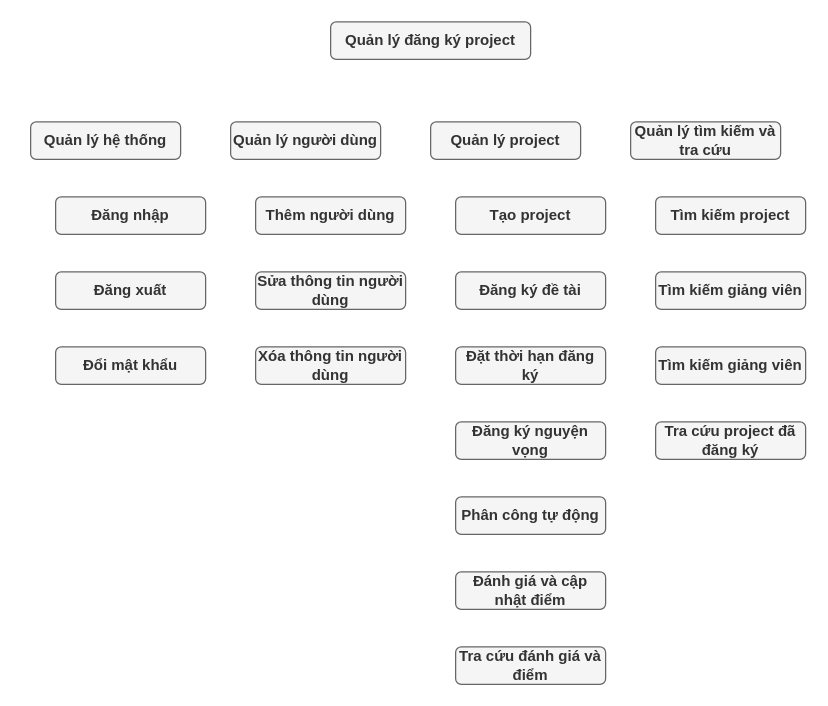
The draw.io diagram page "SDCN" (1 of 15) of doc/QuanLyDoAn.drawio in lampn0/quan_ly_do_an_20211, before the edit. Source tidied: cells renumbered, new cells numbered last; positions are measured from the earlier drawing's top-left corner, leaving out a move shared by most shapes. Both pictures are drawn from the tidied source at 125%, with x=0, y=0 at pixel (30, 21).
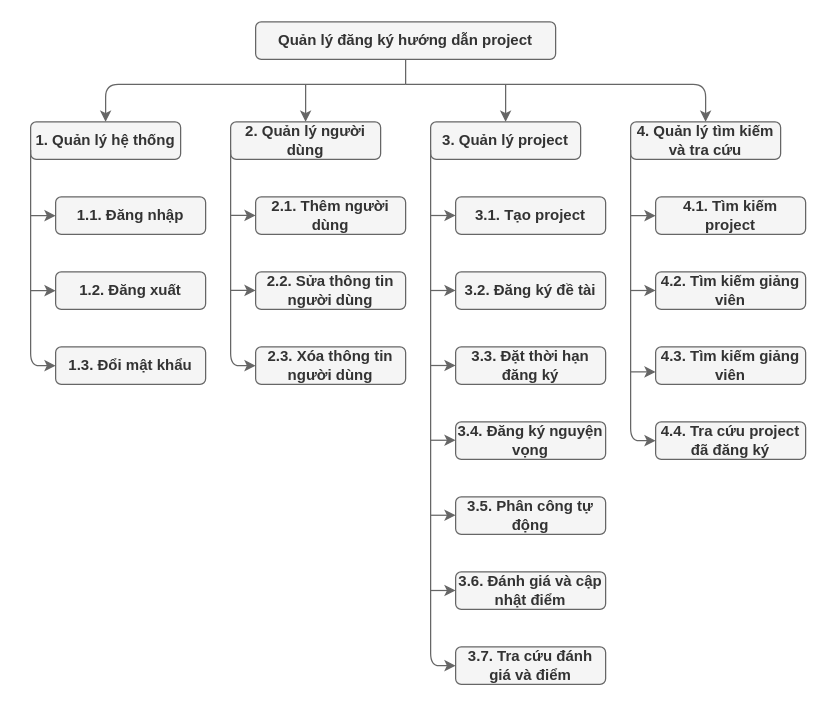
The same page after the edit.

What changed in the source:
```diff
@@
-    <mxCell id="2" value="Quản lý đăng ký project" style="rounded=1;whiteSpace=wrap;html=1;fontStyle=1;fillColor=#f5f5f5;strokeColor=#666666;fontColor=#333333;glass=0;" parent="1" vertex="1">
-      <mxGeometry x="240" width="160" height="30" as="geometry" />
+    <mxCell id="2" value="Quản lý đăng ký hướng dẫn project" style="rounded=1;whiteSpace=wrap;html=1;fontStyle=1;fillColor=#f5f5f5;strokeColor=#666666;fontColor=#333333;glass=0;" parent="1" vertex="1">
+      <mxGeometry x="180" width="240" height="30" as="geometry" />
     </mxCell>
-    <mxCell id="3" value="Quản lý hệ thống" style="rounded=1;whiteSpace=wrap;html=1;fontStyle=1;fillColor=#f5f5f5;strokeColor=#666666;fontColor=#333333;glass=0;" parent="1" vertex="1">
+    <mxCell id="3" value="1. Quản lý hệ thống" style="rounded=1;whiteSpace=wrap;html=1;fontStyle=1;fillColor=#f5f5f5;strokeColor=#666666;fontColor=#333333;glass=0;" parent="1" vertex="1">
       <mxGeometry y="80" width="120" height="30" as="geometry" />
     </mxCell>
-    <mxCell id="4" value="Quản lý người dùng" style="rounded=1;whiteSpace=wrap;html=1;fontStyle=1;fillColor=#f5f5f5;strokeColor=#666666;fontColor=#333333;glass=0;" parent="1" vertex="1">
+    <mxCell id="4" value="2. Quản lý người dùng" style="rounded=1;whiteSpace=wrap;html=1;fontStyle=1;fillColor=#f5f5f5;strokeColor=#666666;fontColor=#333333;glass=0;" parent="1" vertex="1">
       <mxGeometry x="160" y="80" width="120" height="30" as="geometry" />
     </mxCell>
-    <mxCell id="5" value="Quản lý project" style="rounded=1;whiteSpace=wrap;html=1;fontStyle=1;fillColor=#f5f5f5;strokeColor=#666666;fontColor=#333333;glass=0;" parent="1" vertex="1">
+    <mxCell id="5" value="3. Quản lý project" style="rounded=1;whiteSpace=wrap;html=1;fontStyle=1;fillColor=#f5f5f5;strokeColor=#666666;fontColor=#333333;glass=0;" parent="1" vertex="1">
       <mxGeometry x="320" y="80" width="120" height="30" as="geometry" />
     </mxCell>
-    <mxCell id="6" value="Quản lý tìm kiếm và tra cứu" style="rounded=1;whiteSpace=wrap;html=1;fontStyle=1;fillColor=#f5f5f5;strokeColor=#666666;fontColor=#333333;glass=0;" parent="1" vertex="1">
+    <mxCell id="6" value="4. Quản lý tìm kiếm và tra cứu" style="rounded=1;whiteSpace=wrap;html=1;fontStyle=1;fillColor=#f5f5f5;strokeColor=#666666;fontColor=#333333;glass=0;" parent="1" vertex="1">
       <mxGeometry x="480" y="80" width="120" height="30" as="geometry" />
     </mxCell>
-    <mxCell id="7" value="Đăng nhập" style="rounded=1;whiteSpace=wrap;html=1;fontStyle=1;fillColor=#f5f5f5;strokeColor=#666666;fontColor=#333333;glass=0;" parent="1" vertex="1">
+    <mxCell id="7" value="1.1. Đăng nhập" style="rounded=1;whiteSpace=wrap;html=1;fontStyle=1;fillColor=#f5f5f5;strokeColor=#666666;fontColor=#333333;glass=0;" parent="1" vertex="1">
       <mxGeometry x="20" y="140" width="120" height="30" as="geometry" />
     </mxCell>
-    <mxCell id="8" value="Đăng xuất" style="rounded=1;whiteSpace=wrap;html=1;fontStyle=1;fillColor=#f5f5f5;strokeColor=#666666;fontColor=#333333;glass=0;" parent="1" vertex="1">
+    <mxCell id="8" value="1.2. Đăng xuất" style="rounded=1;whiteSpace=wrap;html=1;fontStyle=1;fillColor=#f5f5f5;strokeColor=#666666;fontColor=#333333;glass=0;" parent="1" vertex="1">
       <mxGeometry x="20" y="200" width="120" height="30" as="geometry" />
     </mxCell>
-    <mxCell id="9" value="Thêm người dùng" style="rounded=1;whiteSpace=wrap;html=1;fontStyle=1;fillColor=#f5f5f5;strokeColor=#666666;fontColor=#333333;glass=0;" parent="1" vertex="1">
+    <mxCell id="9" value="2.1. Thêm người dùng" style="rounded=1;whiteSpace=wrap;html=1;fontStyle=1;fillColor=#f5f5f5;strokeColor=#666666;fontColor=#333333;glass=0;" parent="1" vertex="1">
       <mxGeometry x="180" y="140" width="120" height="30" as="geometry" />
     </mxCell>
-    <mxCell id="10" value="Sửa thông tin người dùng" style="rounded=1;whiteSpace=wrap;html=1;fontStyle=1;fillColor=#f5f5f5;strokeColor=#666666;fontColor=#333333;glass=0;" parent="1" vertex="1">
+    <mxCell id="10" value="2.2. Sửa thông tin người dùng" style="rounded=1;whiteSpace=wrap;html=1;fontStyle=1;fillColor=#f5f5f5;strokeColor=#666666;fontColor=#333333;glass=0;" parent="1" vertex="1">
       <mxGeometry x="180" y="200" width="120" height="30" as="geometry" />
     </mxCell>
-    <mxCell id="11" value="Xóa thông tin người dùng" style="rounded=1;whiteSpace=wrap;html=1;fontStyle=1;fillColor=#f5f5f5;strokeColor=#666666;fontColor=#333333;glass=0;" parent="1" vertex="1">
+    <mxCell id="11" value="2.3. Xóa thông tin người dùng" style="rounded=1;whiteSpace=wrap;html=1;fontStyle=1;fillColor=#f5f5f5;strokeColor=#666666;fontColor=#333333;glass=0;" parent="1" vertex="1">
       <mxGeometry x="180" y="260" width="120" height="30" as="geometry" />
     </mxCell>
-    <mxCell id="12" value="Đổi mật khẩu" style="rounded=1;whiteSpace=wrap;html=1;fontStyle=1;fillColor=#f5f5f5;strokeColor=#666666;fontColor=#333333;glass=0;" parent="1" vertex="1">
+    <mxCell id="12" value="1.3. Đổi mật khẩu" style="rounded=1;whiteSpace=wrap;html=1;fontStyle=1;fillColor=#f5f5f5;strokeColor=#666666;fontColor=#333333;glass=0;" parent="1" vertex="1">
       <mxGeometry x="20" y="260" width="120" height="30" as="geometry" />
     </mxCell>
-    <mxCell id="13" value="Tạo project" style="rounded=1;whiteSpace=wrap;html=1;fontStyle=1;fillColor=#f5f5f5;strokeColor=#666666;fontColor=#333333;glass=0;" parent="1" vertex="1">
+    <mxCell id="13" value="3.1. Tạo project" style="rounded=1;whiteSpace=wrap;html=1;fontStyle=1;fillColor=#f5f5f5;strokeColor=#666666;fontColor=#333333;glass=0;" parent="1" vertex="1">
       <mxGeometry x="340" y="140" width="120" height="30" as="geometry" />
     </mxCell>
-    <mxCell id="14" value="Đăng ký đề tài" style="rounded=1;whiteSpace=wrap;html=1;fontStyle=1;fillColor=#f5f5f5;strokeColor=#666666;fontColor=#333333;glass=0;" parent="1" vertex="1">
+    <mxCell id="14" value="3.2. Đăng ký đề tài" style="rounded=1;whiteSpace=wrap;html=1;fontStyle=1;fillColor=#f5f5f5;strokeColor=#666666;fontColor=#333333;glass=0;" parent="1" vertex="1">
       <mxGeometry x="340" y="200" width="120" height="30" as="geometry" />
     </mxCell>
-    <mxCell id="15" value="Đặt thời hạn đăng ký" style="rounded=1;whiteSpace=wrap;html=1;fontStyle=1;fillColor=#f5f5f5;strokeColor=#666666;fontColor=#333333;glass=0;" parent="1" vertex="1">
+    <mxCell id="15" value="3.3. Đặt thời hạn đăng ký" style="rounded=1;whiteSpace=wrap;html=1;fontStyle=1;fillColor=#f5f5f5;strokeColor=#666666;fontColor=#333333;glass=0;" parent="1" vertex="1">
       <mxGeometry x="340" y="260" width="120" height="30" as="geometry" />
     </mxCell>
-    <mxCell id="16" value="Phân công tự động" style="rounded=1;whiteSpace=wrap;html=1;fontStyle=1;fillColor=#f5f5f5;strokeColor=#666666;fontColor=#333333;glass=0;" parent="1" vertex="1">
+    <mxCell id="16" value="3.5. Phân công tự động" style="rounded=1;whiteSpace=wrap;html=1;fontStyle=1;fillColor=#f5f5f5;strokeColor=#666666;fontColor=#333333;glass=0;" parent="1" vertex="1">
       <mxGeometry x="340" y="380" width="120" height="30" as="geometry" />
     </mxCell>
-    <mxCell id="17" value="Đăng ký nguyện vọng" style="rounded=1;whiteSpace=wrap;html=1;fontStyle=1;fillColor=#f5f5f5;strokeColor=#666666;fontColor=#333333;glass=0;" parent="1" vertex="1">
+    <mxCell id="17" value="3.4. Đăng ký nguyện vọng" style="rounded=1;whiteSpace=wrap;html=1;fontStyle=1;fillColor=#f5f5f5;strokeColor=#666666;fontColor=#333333;glass=0;" parent="1" vertex="1">
       <mxGeometry x="340" y="320" width="120" height="30" as="geometry" />
     </mxCell>
-    <mxCell id="18" value="Đánh giá và cập nhật điểm" style="rounded=1;whiteSpace=wrap;html=1;fontStyle=1;fillColor=#f5f5f5;strokeColor=#666666;fontColor=#333333;glass=0;" parent="1" vertex="1">
+    <mxCell id="18" value="3.6. Đánh giá và cập nhật điểm" style="rounded=1;whiteSpace=wrap;html=1;fontStyle=1;fillColor=#f5f5f5;strokeColor=#666666;fontColor=#333333;glass=0;" parent="1" vertex="1">
       <mxGeometry x="340" y="440" width="120" height="30" as="geometry" />
     </mxCell>
-    <mxCell id="19" value="Tra cứu đánh giá và điểm" style="rounded=1;whiteSpace=wrap;html=1;fontStyle=1;fillColor=#f5f5f5;strokeColor=#666666;fontColor=#333333;glass=0;" parent="1" vertex="1">
+    <mxCell id="19" value="3.7. Tra cứu đánh giá và điểm" style="rounded=1;whiteSpace=wrap;html=1;fontStyle=1;fillColor=#f5f5f5;strokeColor=#666666;fontColor=#333333;glass=0;" parent="1" vertex="1">
       <mxGeometry x="340" y="500" width="120" height="30" as="geometry" />
     </mxCell>
-    <mxCell id="20" value="Tìm kiếm project" style="rounded=1;whiteSpace=wrap;html=1;fontStyle=1;fillColor=#f5f5f5;strokeColor=#666666;fontColor=#333333;glass=0;" parent="1" vertex="1">
+    <mxCell id="20" value="4.1. Tìm kiếm project" style="rounded=1;whiteSpace=wrap;html=1;fontStyle=1;fillColor=#f5f5f5;strokeColor=#666666;fontColor=#333333;glass=0;" parent="1" vertex="1">
       <mxGeometry x="500" y="140" width="120" height="30" as="geometry" />
     </mxCell>
-    <mxCell id="21" value="Tìm kiếm giảng viên" style="rounded=1;whiteSpace=wrap;html=1;fontStyle=1;fillColor=#f5f5f5;strokeColor=#666666;fontColor=#333333;glass=0;" parent="1" vertex="1">
+    <mxCell id="21" value="4.2. Tìm kiếm giảng viên" style="rounded=1;whiteSpace=wrap;html=1;fontStyle=1;fillColor=#f5f5f5;strokeColor=#666666;fontColor=#333333;glass=0;" parent="1" vertex="1">
       <mxGeometry x="500" y="200" width="120" height="30" as="geometry" />
     </mxCell>
-    <mxCell id="22" value="Tìm kiếm giảng viên" style="rounded=1;whiteSpace=wrap;html=1;fontStyle=1;fillColor=#f5f5f5;strokeColor=#666666;fontColor=#333333;glass=0;" parent="1" vertex="1">
+    <mxCell id="22" value="4.3. Tìm kiếm giảng viên" style="rounded=1;whiteSpace=wrap;html=1;fontStyle=1;fillColor=#f5f5f5;strokeColor=#666666;fontColor=#333333;glass=0;" parent="1" vertex="1">
       <mxGeometry x="500" y="260" width="120" height="30" as="geometry" />
     </mxCell>
-    <mxCell id="23" value="Tra cứu project đã đăng ký" style="rounded=1;whiteSpace=wrap;html=1;fontStyle=1;fillColor=#f5f5f5;strokeColor=#666666;fontColor=#333333;glass=0;" parent="1" vertex="1">
+    <mxCell id="23" value="4.4. Tra cứu project đã đăng ký" style="rounded=1;whiteSpace=wrap;html=1;fontStyle=1;fillColor=#f5f5f5;strokeColor=#666666;fontColor=#333333;glass=0;" parent="1" vertex="1">
       <mxGeometry x="500" y="320" width="120" height="30" as="geometry" />
     </mxCell>
+    <mxCell id="24" style="endArrow=classic;html=1;entryX=0.5;entryY=0;entryDx=0;entryDy=0;fillColor=#f5f5f5;strokeColor=#666666;" parent="1" edge="1" target="3">
+      <mxGeometry relative="1" as="geometry">
+        <mxPoint x="300" y="50" as="sourcePoint" />
+        <Array as="points">
+          <mxPoint x="60" y="50" />
+        </Array>
+      </mxGeometry>
+    </mxCell>
+    <mxCell id="25" style="endArrow=none;html=1;entryX=0.5;entryY=1;entryDx=0;entryDy=0;fillColor=#f5f5f5;strokeColor=#666666;" parent="1" edge="1" target="2">
+      <mxGeometry relative="1" as="geometry">
+        <mxPoint x="300" y="50" as="sourcePoint" />
+      </mxGeometry>
+    </mxCell>
+    <mxCell id="26" style="endArrow=classic;html=1;entryX=0.5;entryY=0;entryDx=0;entryDy=0;fillColor=#f5f5f5;strokeColor=#666666;" parent="1" edge="1" target="4">
+      <mxGeometry relative="1" as="geometry">
+        <mxPoint x="220" y="50" as="sourcePoint" />
+        <Array as="points">
+          <mxPoint x="220" y="50" />
+        </Array>
+      </mxGeometry>
+    </mxCell>
+    <mxCell id="27" style="endArrow=classic;html=1;entryX=0.5;entryY=0;entryDx=0;entryDy=0;fillColor=#f5f5f5;strokeColor=#666666;" parent="1" edge="1" target="6">
+      <mxGeometry relative="1" as="geometry">
+        <mxPoint x="300" y="50" as="sourcePoint" />
+        <Array as="points">
+          <mxPoint x="540" y="50" />
+        </Array>
+      </mxGeometry>
+    </mxCell>
+    <mxCell id="28" style="endArrow=classic;html=1;entryX=0.5;entryY=0;entryDx=0;entryDy=0;fillColor=#f5f5f5;strokeColor=#666666;" parent="1" edge="1" target="5">
+      <mxGeometry relative="1" as="geometry">
+        <mxPoint x="380" y="50" as="sourcePoint" />
+      </mxGeometry>
+    </mxCell>
+    <mxCell id="29" style="endArrow=classic;html=1;exitX=0;exitY=0.75;exitDx=0;exitDy=0;entryX=0;entryY=0.5;entryDx=0;entryDy=0;fillColor=#f5f5f5;strokeColor=#666666;" parent="1" edge="1" source="3" target="12">
+      <mxGeometry relative="1" as="geometry">
+        <Array as="points">
+          <mxPoint y="275" />
+        </Array>
+      </mxGeometry>
+    </mxCell>
+    <mxCell id="30" style="endArrow=classic;html=1;fillColor=#f5f5f5;strokeColor=#666666;" parent="1" edge="1">
+      <mxGeometry relative="1" as="geometry">
+        <mxPoint y="155" as="sourcePoint" />
+        <mxPoint x="20" y="155" as="targetPoint" />
+      </mxGeometry>
+    </mxCell>
+    <mxCell id="31" style="endArrow=classic;html=1;fillColor=#f5f5f5;strokeColor=#666666;" parent="1" edge="1">
+      <mxGeometry relative="1" as="geometry">
+        <mxPoint y="215" as="sourcePoint" />
+        <mxPoint x="20" y="215" as="targetPoint" />
+      </mxGeometry>
+    </mxCell>
+    <mxCell id="32" style="endArrow=classic;html=1;exitX=0;exitY=0.75;exitDx=0;exitDy=0;entryX=0;entryY=0.5;entryDx=0;entryDy=0;fillColor=#f5f5f5;strokeColor=#666666;" parent="1" edge="1" source="4" target="11">
+      <mxGeometry relative="1" as="geometry">
+        <Array as="points">
+          <mxPoint x="160" y="275" />
+        </Array>
+      </mxGeometry>
+    </mxCell>
+    <mxCell id="33" style="endArrow=classic;html=1;fillColor=#f5f5f5;strokeColor=#666666;" parent="1" edge="1">
+      <mxGeometry relative="1" as="geometry">
+        <mxPoint x="320" y="394.7" as="sourcePoint" />
+        <mxPoint x="340" y="394.7" as="targetPoint" />
+      </mxGeometry>
+    </mxCell>
+    <mxCell id="34" style="endArrow=classic;html=1;fillColor=#f5f5f5;strokeColor=#666666;" parent="1" edge="1">
+      <mxGeometry relative="1" as="geometry">
+        <mxPoint x="320" y="334.7" as="sourcePoint" />
+        <mxPoint x="340" y="334.7" as="targetPoint" />
+      </mxGeometry>
+    </mxCell>
+    <mxCell id="35" style="endArrow=classic;html=1;fillColor=#f5f5f5;strokeColor=#666666;" parent="1" edge="1">
+      <mxGeometry relative="1" as="geometry">
+        <mxPoint x="320" y="214.9" as="sourcePoint" />
+        <mxPoint x="340" y="214.9" as="targetPoint" />
+      </mxGeometry>
+    </mxCell>
+    <mxCell id="36" style="endArrow=classic;html=1;fillColor=#f5f5f5;strokeColor=#666666;" parent="1" edge="1">
+      <mxGeometry relative="1" as="geometry">
+        <mxPoint x="320" y="154.9" as="sourcePoint" />
+        <mxPoint x="340" y="154.9" as="targetPoint" />
+      </mxGeometry>
+    </mxCell>
+    <mxCell id="37" style="endArrow=classic;html=1;fillColor=#f5f5f5;strokeColor=#666666;" parent="1" edge="1">
+      <mxGeometry relative="1" as="geometry">
+        <mxPoint x="320" y="274.9" as="sourcePoint" />
+        <mxPoint x="340" y="274.9" as="targetPoint" />
+      </mxGeometry>
+    </mxCell>
+    <mxCell id="38" style="endArrow=classic;html=1;fillColor=#f5f5f5;strokeColor=#666666;" parent="1" edge="1">
+      <mxGeometry relative="1" as="geometry">
+        <mxPoint x="160" y="154.8" as="sourcePoint" />
+        <mxPoint x="180" y="154.8" as="targetPoint" />
+      </mxGeometry>
+    </mxCell>
+    <mxCell id="39" style="endArrow=classic;html=1;fillColor=#f5f5f5;strokeColor=#666666;" parent="1" edge="1">
+      <mxGeometry relative="1" as="geometry">
+        <mxPoint x="160" y="214.8" as="sourcePoint" />
+        <mxPoint x="180" y="214.8" as="targetPoint" />
+      </mxGeometry>
+    </mxCell>
+    <mxCell id="40" style="endArrow=classic;html=1;entryX=0;entryY=0.5;entryDx=0;entryDy=0;exitX=0;exitY=0.75;exitDx=0;exitDy=0;fillColor=#f5f5f5;strokeColor=#666666;" parent="1" edge="1" source="5" target="19">
+      <mxGeometry relative="1" as="geometry">
+        <Array as="points">
+          <mxPoint x="320" y="515" />
+        </Array>
+      </mxGeometry>
+    </mxCell>
+    <mxCell id="41" style="endArrow=classic;html=1;fillColor=#f5f5f5;strokeColor=#666666;" parent="1" edge="1">
+      <mxGeometry relative="1" as="geometry">
+        <mxPoint x="320" y="454.9" as="sourcePoint" />
+        <mxPoint x="340" y="454.9" as="targetPoint" />
+      </mxGeometry>
+    </mxCell>
+    <mxCell id="42" style="endArrow=classic;html=1;fillColor=#f5f5f5;strokeColor=#666666;" parent="1" edge="1">
+      <mxGeometry relative="1" as="geometry">
+        <mxPoint x="480" y="155" as="sourcePoint" />
+        <mxPoint x="500" y="155" as="targetPoint" />
+      </mxGeometry>
+    </mxCell>
+    <mxCell id="43" style="endArrow=classic;html=1;fillColor=#f5f5f5;strokeColor=#666666;" parent="1" edge="1">
+      <mxGeometry relative="1" as="geometry">
+        <mxPoint x="480" y="214.9" as="sourcePoint" />
+        <mxPoint x="500" y="214.9" as="targetPoint" />
+      </mxGeometry>
+    </mxCell>
+    <mxCell id="44" style="endArrow=classic;html=1;fillColor=#f5f5f5;strokeColor=#666666;" parent="1" edge="1">
+      <mxGeometry relative="1" as="geometry">
+        <mxPoint x="480" y="280" as="sourcePoint" />
+        <mxPoint x="500" y="280" as="targetPoint" />
+      </mxGeometry>
+    </mxCell>
+    <mxCell id="45" style="endArrow=classic;html=1;entryX=0;entryY=0.5;entryDx=0;entryDy=0;exitX=0;exitY=0.75;exitDx=0;exitDy=0;fillColor=#f5f5f5;strokeColor=#666666;" parent="1" edge="1" source="6" target="23">
+      <mxGeometry relative="1" as="geometry">
+        <Array as="points">
+          <mxPoint x="480" y="335" />
+        </Array>
+      </mxGeometry>
+    </mxCell>
```
